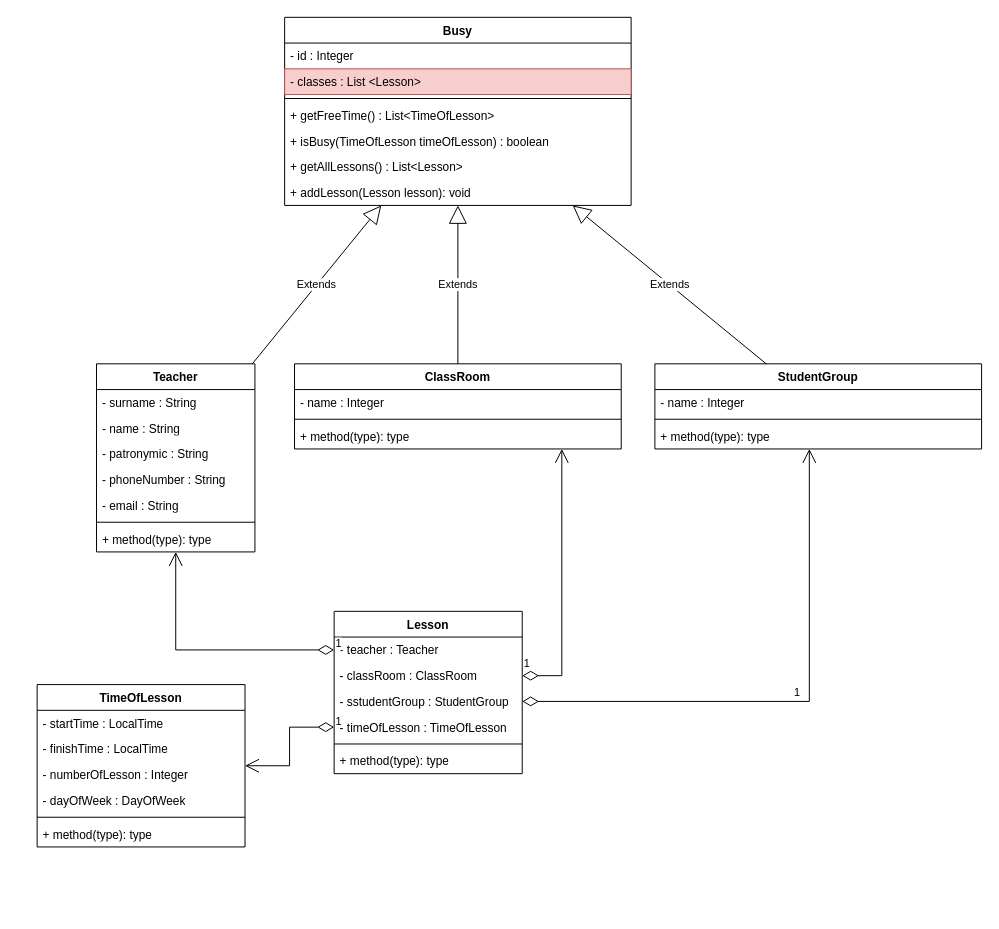
Earlier version of the draw.io diagram page "Class Diagram" (2 of 2) of doc/time-table.drawio (Ahiru8B/time-table). Source tidied: cells renumbered, new cells numbered last; positions are measured from the earlier drawing's top-left corner, leaving out a move shared by most shapes. Both pictures are drawn from the tidied source at 99%, with x=0, y=0 at pixel (37, 17).
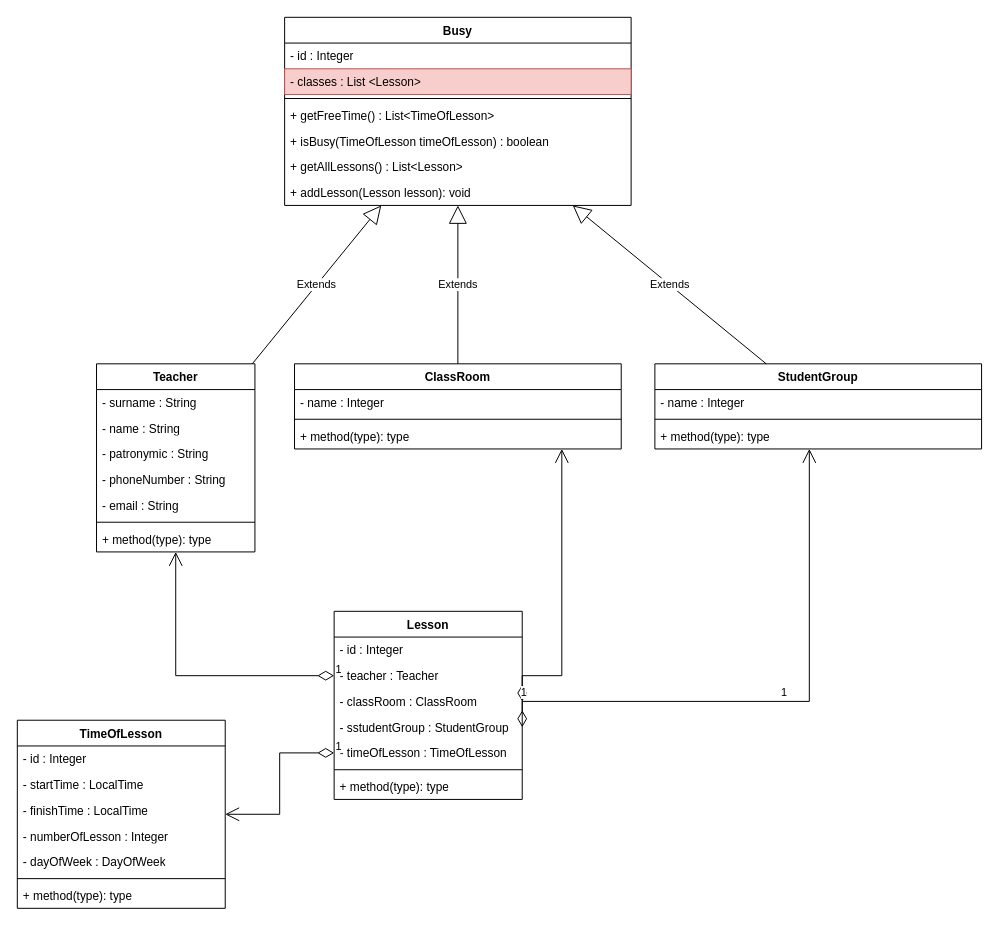
After the change.

What changed in the source:
```diff
@@
     <mxCell id="29" value="Lesson" style="swimlane;fontStyle=1;align=center;verticalAlign=top;horizontal=1;startSize=26;whiteSpace=wrap;html=1;" parent="1" vertex="1">
-      <mxGeometry x="300" y="600" width="190" height="164" as="geometry" />
+      <mxGeometry x="300" y="600" width="190" height="190" as="geometry" />
     </mxCell>
+    <mxCell id="47" value="- id : Integer" style="text;strokeColor=none;fillColor=none;align=left;verticalAlign=top;spacingLeft=4;spacingRight=4;overflow=hidden;whiteSpace=wrap;html=1;" parent="29" vertex="1">
+      <mxGeometry y="26" width="190" height="26" as="geometry" />
+    </mxCell>
     <mxCell id="30" value="- teacher : Teacher" style="text;strokeColor=none;fillColor=none;align=left;verticalAlign=top;spacingLeft=4;spacingRight=4;overflow=hidden;points=[[0,0.5],[1,0.5]];portConstraint=eastwest;whiteSpace=wrap;html=1;" parent="29" vertex="1">
-      <mxGeometry y="26" width="190" height="26" as="geometry" />
+      <mxGeometry y="52" width="190" height="26" as="geometry" />
     </mxCell>
     <mxCell id="31" value="- classRoom : ClassRoom" style="text;strokeColor=none;fillColor=none;align=left;verticalAlign=top;spacingLeft=4;spacingRight=4;overflow=hidden;points=[[0,0.5],[1,0.5]];portConstraint=eastwest;whiteSpace=wrap;html=1;" parent="29" vertex="1">
-      <mxGeometry y="52" width="190" height="26" as="geometry" />
+      <mxGeometry y="78" width="190" height="26" as="geometry" />
     </mxCell>
     <mxCell id="32" value="- sstudentGroup : StudentGroup" style="text;strokeColor=none;fillColor=none;align=left;verticalAlign=top;spacingLeft=4;spacingRight=4;overflow=hidden;points=[[0,0.5],[1,0.5]];portConstraint=eastwest;whiteSpace=wrap;html=1;" parent="29" vertex="1">
-      <mxGeometry y="78" width="190" height="26" as="geometry" />
+      <mxGeometry y="104" width="190" height="26" as="geometry" />
     </mxCell>
     <mxCell id="33" value="- timeOfLesson : TimeOfLesson" style="text;strokeColor=none;fillColor=none;align=left;verticalAlign=top;spacingLeft=4;spacingRight=4;overflow=hidden;points=[[0,0.5],[1,0.5]];portConstraint=eastwest;whiteSpace=wrap;html=1;" parent="29" vertex="1">
-      <mxGeometry y="104" width="190" height="26" as="geometry" />
+      <mxGeometry y="130" width="190" height="26" as="geometry" />
     </mxCell>
     <mxCell id="34" style="line;strokeWidth=1;fillColor=none;align=left;verticalAlign=middle;spacingTop=-1;spacingLeft=3;spacingRight=3;labelPosition=right;strokeColor=inherit;" parent="29" vertex="1">
-      <mxGeometry y="130" width="190" height="8" as="geometry" />
+      <mxGeometry y="156" width="190" height="8" as="geometry" />
     </mxCell>
     <mxCell id="35" value="+ method(type): type" style="text;strokeColor=none;fillColor=none;align=left;verticalAlign=top;spacingLeft=4;spacingRight=4;overflow=hidden;whiteSpace=wrap;html=1;" parent="29" vertex="1">
-      <mxGeometry y="138" width="190" height="26" as="geometry" />
+      <mxGeometry y="164" width="190" height="26" as="geometry" />
     </mxCell>
     <mxCell id="36" value="TimeOfLesson" style="swimlane;fontStyle=1;align=center;verticalAlign=top;horizontal=1;startSize=26;whiteSpace=wrap;html=1;" parent="1" vertex="1">
-      <mxGeometry y="674" width="210" height="164" as="geometry" />
+      <mxGeometry x="-20" y="710" width="210" height="190" as="geometry" />
     </mxCell>
+    <mxCell id="48" value="- id : Integer" style="text;strokeColor=none;fillColor=none;align=left;verticalAlign=top;spacingLeft=4;spacingRight=4;overflow=hidden;whiteSpace=wrap;html=1;" parent="36" vertex="1">
+      <mxGeometry y="26" width="210" height="26" as="geometry" />
+    </mxCell>
     <mxCell id="37" value="- startTime : LocalTime" style="text;strokeColor=none;fillColor=none;align=left;verticalAlign=top;spacingLeft=4;spacingRight=4;overflow=hidden;whiteSpace=wrap;html=1;" parent="36" vertex="1">
-      <mxGeometry y="26" width="210" height="26" as="geometry" />
+      <mxGeometry y="52" width="210" height="26" as="geometry" />
     </mxCell>
     <mxCell id="38" value="- finishTime : LocalTime" style="text;strokeColor=none;fillColor=none;align=left;verticalAlign=top;spacingLeft=4;spacingRight=4;overflow=hidden;whiteSpace=wrap;html=1;" parent="36" vertex="1">
-      <mxGeometry y="52" width="210" height="26" as="geometry" />
+      <mxGeometry y="78" width="210" height="26" as="geometry" />
     </mxCell>
     <mxCell id="39" value="&lt;div&gt;- numberOfLesson : Integer&lt;/div&gt;" style="text;strokeColor=none;fillColor=none;align=left;verticalAlign=top;spacingLeft=4;spacingRight=4;overflow=hidden;whiteSpace=wrap;html=1;" parent="36" vertex="1">
-      <mxGeometry y="78" width="210" height="26" as="geometry" />
+      <mxGeometry y="104" width="210" height="26" as="geometry" />
     </mxCell>
     <mxCell id="40" value="- dayOfWeek : DayOfWeek" style="text;strokeColor=none;fillColor=none;align=left;verticalAlign=top;spacingLeft=4;spacingRight=4;overflow=hidden;whiteSpace=wrap;html=1;" parent="36" vertex="1">
-      <mxGeometry y="104" width="210" height="26" as="geometry" />
+      <mxGeometry y="130" width="210" height="26" as="geometry" />
     </mxCell>
     <mxCell id="41" style="line;strokeWidth=1;fillColor=none;align=left;verticalAlign=middle;spacingTop=-1;spacingLeft=3;spacingRight=3;labelPosition=right;strokeColor=inherit;" parent="36" vertex="1">
-      <mxGeometry y="130" width="210" height="8" as="geometry" />
+      <mxGeometry y="156" width="210" height="8" as="geometry" />
     </mxCell>
     <mxCell id="42" value="+ method(type): type" style="text;strokeColor=none;fillColor=none;align=left;verticalAlign=top;spacingLeft=4;spacingRight=4;overflow=hidden;whiteSpace=wrap;html=1;" parent="36" vertex="1">
-      <mxGeometry y="138" width="210" height="26" as="geometry" />
+      <mxGeometry y="164" width="210" height="26" as="geometry" />
     </mxCell>
```
